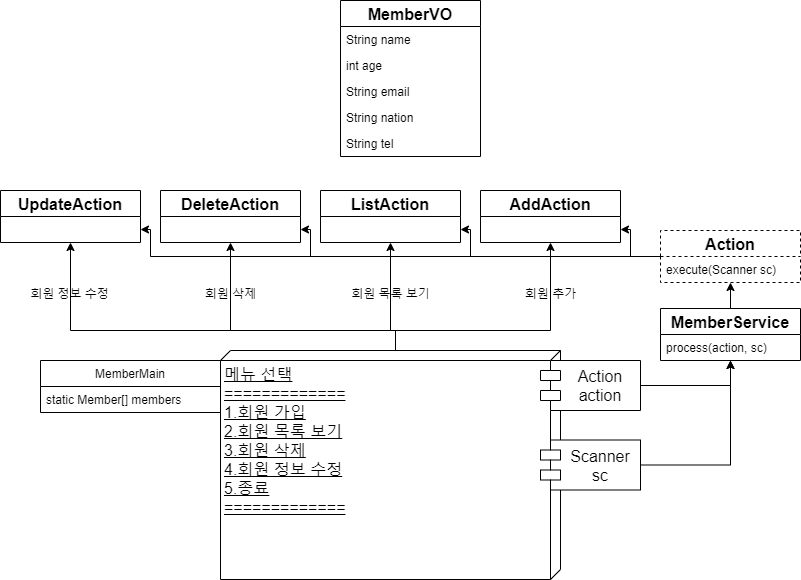
Earlier version of the draw.io export Members.png (kimhg9511/Java_Bigdata). Source tidied: cells renumbered, new cells last; positions are measured from the earlier drawing's top-left corner, leaving out a move shared by most shapes. The source it was exported from:
```xml
<mxGraphModel>
  <root>
    <mxCell id="0" />
    <mxCell id="1" parent="0" />
    <mxCell id="2" value="MemberVO" style="swimlane;fontStyle=1;horizontal=1;startSize=26;fillColor=none;fontSize=16;" parent="1" vertex="1">
      <mxGeometry x="340" width="140" height="156" as="geometry" />
    </mxCell>
    <mxCell id="3" value="String name" style="text;strokeColor=none;fillColor=none;align=left;verticalAlign=top;spacingLeft=4;spacingRight=4;overflow=hidden;" parent="2" vertex="1">
      <mxGeometry y="26" width="140" height="26" as="geometry" />
    </mxCell>
    <mxCell id="4" value="int age" style="text;strokeColor=none;fillColor=none;align=left;verticalAlign=top;spacingLeft=4;spacingRight=4;overflow=hidden;" parent="2" vertex="1">
      <mxGeometry y="52" width="140" height="26" as="geometry" />
    </mxCell>
    <mxCell id="5" value="String email" style="text;align=left;verticalAlign=top;spacingLeft=4;spacingRight=4;" parent="2" vertex="1">
      <mxGeometry y="78" width="140" height="26" as="geometry" />
    </mxCell>
    <mxCell id="6" value="String nation" style="text;align=left;verticalAlign=top;spacingLeft=4;spacingRight=4;" parent="2" vertex="1">
      <mxGeometry y="104" width="140" height="26" as="geometry" />
    </mxCell>
    <mxCell id="7" value="String tel" style="text;strokeColor=none;fillColor=none;align=left;verticalAlign=top;spacingLeft=4;spacingRight=4;overflow=hidden;" parent="2" vertex="1">
      <mxGeometry y="130" width="140" height="26" as="geometry" />
    </mxCell>
    <mxCell id="8" value="AddAction" style="swimlane;fontStyle=1;horizontal=1;startSize=26;fillColor=none;fontSize=16;" parent="1" vertex="1">
      <mxGeometry x="480" y="190" width="140" height="52" as="geometry" />
    </mxCell>
    <mxCell id="9" value="ListAction" style="swimlane;fontStyle=1;horizontal=1;startSize=26;fillColor=none;fontSize=16;" parent="1" vertex="1">
      <mxGeometry x="320" y="190" width="140" height="52" as="geometry" />
    </mxCell>
    <mxCell id="10" style="edgeStyle=orthogonalEdgeStyle;rounded=0;jettySize=auto;html=1;exitX=0;exitY=0.5;exitDx=0;exitDy=0;entryX=1;entryY=0.75;entryDx=0;entryDy=0;" parent="1" edge="1" source="14" target="9">
      <mxGeometry relative="1" as="geometry">
        <Array as="points">
          <mxPoint x="470" y="256" />
          <mxPoint x="470" y="229" />
        </Array>
      </mxGeometry>
    </mxCell>
    <mxCell id="11" style="edgeStyle=orthogonalEdgeStyle;rounded=0;jettySize=auto;html=1;exitX=0;exitY=0.5;exitDx=0;exitDy=0;entryX=1;entryY=0.75;entryDx=0;entryDy=0;" parent="1" edge="1" source="14" target="8">
      <mxGeometry relative="1" as="geometry">
        <Array as="points">
          <mxPoint x="630" y="256" />
          <mxPoint x="630" y="229" />
        </Array>
      </mxGeometry>
    </mxCell>
    <mxCell id="12" style="edgeStyle=orthogonalEdgeStyle;rounded=0;jettySize=auto;html=1;exitX=0;exitY=0.5;exitDx=0;exitDy=0;entryX=1;entryY=0.75;entryDx=0;entryDy=0;" parent="1" edge="1" source="14" target="21">
      <mxGeometry relative="1" as="geometry">
        <Array as="points">
          <mxPoint x="310" y="256" />
          <mxPoint x="310" y="229" />
        </Array>
      </mxGeometry>
    </mxCell>
    <mxCell id="13" style="edgeStyle=orthogonalEdgeStyle;rounded=0;jettySize=auto;html=1;exitX=0;exitY=0.5;exitDx=0;exitDy=0;entryX=1;entryY=0.75;entryDx=0;entryDy=0;" parent="1" edge="1" source="14" target="22">
      <mxGeometry relative="1" as="geometry">
        <Array as="points">
          <mxPoint x="150" y="256" />
          <mxPoint x="150" y="229" />
        </Array>
      </mxGeometry>
    </mxCell>
    <mxCell id="14" value="Action" style="swimlane;fontStyle=1;horizontal=1;startSize=26;fillColor=none;dashed=1;fontSize=16;" parent="1" vertex="1">
      <mxGeometry x="660" y="230" width="140" height="52" as="geometry" />
    </mxCell>
    <mxCell id="15" value="execute(Scanner sc)" style="text;strokeColor=none;fillColor=none;align=left;verticalAlign=top;spacingLeft=4;spacingRight=4;overflow=hidden;" parent="14" vertex="1">
      <mxGeometry y="26" width="140" height="26" as="geometry" />
    </mxCell>
    <mxCell id="16" style="edgeStyle=orthogonalEdgeStyle;rounded=0;jettySize=auto;html=1;exitX=0.5;exitY=0;exitDx=0;exitDy=0;entryX=0.5;entryY=1;entryDx=0;entryDy=0;fontSize=16;" parent="1" edge="1" source="17" target="14">
      <mxGeometry relative="1" as="geometry" />
    </mxCell>
    <mxCell id="17" value="MemberService" style="swimlane;fontStyle=1;horizontal=1;startSize=26;fillColor=none;fontSize=16;" parent="1" vertex="1">
      <mxGeometry x="660" y="308" width="140" height="52" as="geometry" />
    </mxCell>
    <mxCell id="18" value="process(action, sc)" style="text;strokeColor=none;fillColor=none;align=left;verticalAlign=top;spacingLeft=4;spacingRight=4;overflow=hidden;" parent="17" vertex="1">
      <mxGeometry y="26" width="140" height="26" as="geometry" />
    </mxCell>
    <mxCell id="19" value="MemberMain" style="swimlane;fontStyle=0;horizontal=1;startSize=26;fillColor=none;" parent="1" vertex="1">
      <mxGeometry x="40" y="360" width="180" height="52" as="geometry" />
    </mxCell>
    <mxCell id="20" value="static Member[] members" style="text;strokeColor=none;fillColor=none;align=left;verticalAlign=top;spacingLeft=4;spacingRight=4;overflow=hidden;points=[[0,0.5],[1,0.5]];portConstraint=eastwest;" parent="19" vertex="1">
      <mxGeometry y="26" width="180" height="26" as="geometry" />
    </mxCell>
    <mxCell id="21" value="DeleteAction" style="swimlane;fontStyle=1;horizontal=1;startSize=26;fillColor=none;fontSize=16;" parent="1" vertex="1">
      <mxGeometry x="160" y="190" width="140" height="52" as="geometry" />
    </mxCell>
    <mxCell id="22" value="UpdateAction" style="swimlane;fontStyle=1;horizontal=1;startSize=26;fillColor=none;fontSize=16;" parent="1" vertex="1">
      <mxGeometry y="190" width="140" height="52" as="geometry" />
    </mxCell>
    <mxCell id="23" style="edgeStyle=orthogonalEdgeStyle;rounded=0;jettySize=auto;html=1;exitX=0;exitY=0;exitDx=0;exitDy=165;exitPerimeter=0;entryX=0.5;entryY=1;entryDx=0;entryDy=0;" parent="1" edge="1" source="27" target="22">
      <mxGeometry relative="1" as="geometry">
        <Array as="points">
          <mxPoint x="395" y="330" />
          <mxPoint x="70" y="330" />
        </Array>
      </mxGeometry>
    </mxCell>
    <mxCell id="24" style="edgeStyle=orthogonalEdgeStyle;rounded=0;jettySize=auto;html=1;exitX=0;exitY=0;exitDx=0;exitDy=165;exitPerimeter=0;entryX=0.5;entryY=1;entryDx=0;entryDy=0;" parent="1" edge="1" source="27" target="21">
      <mxGeometry relative="1" as="geometry">
        <Array as="points">
          <mxPoint x="395" y="330" />
          <mxPoint x="230" y="330" />
        </Array>
      </mxGeometry>
    </mxCell>
    <mxCell id="25" style="edgeStyle=orthogonalEdgeStyle;rounded=0;jettySize=auto;html=1;exitX=0;exitY=0;exitDx=0;exitDy=165;exitPerimeter=0;entryX=0.5;entryY=1;entryDx=0;entryDy=0;" parent="1" edge="1" source="27" target="9">
      <mxGeometry relative="1" as="geometry">
        <Array as="points">
          <mxPoint x="395" y="330" />
          <mxPoint x="390" y="330" />
        </Array>
      </mxGeometry>
    </mxCell>
    <mxCell id="26" style="edgeStyle=orthogonalEdgeStyle;rounded=0;jettySize=auto;html=1;exitX=0;exitY=0;exitDx=0;exitDy=165;exitPerimeter=0;entryX=0.5;entryY=1;entryDx=0;entryDy=0;" parent="1" edge="1" source="27" target="8">
      <mxGeometry relative="1" as="geometry">
        <Array as="points">
          <mxPoint x="395" y="330" />
          <mxPoint x="550" y="330" />
        </Array>
      </mxGeometry>
    </mxCell>
    <mxCell id="27" value="&lt;font style=&quot;font-size: 16px&quot;&gt;메뉴 선택&lt;br&gt;=============&lt;br&gt;1.회원 가입&lt;br&gt;2.회원 목록 보기&lt;br&gt;3.회원 삭제&lt;br&gt;4.회원 정보 수정&lt;br&gt;5.종료&lt;br&gt;=============&lt;/font&gt;" style="verticalAlign=top;align=left;spacingTop=8;spacingLeft=2;spacingRight=12;shape=cube;size=10;direction=south;fontStyle=4;html=1;" parent="1" vertex="1">
      <mxGeometry x="220" y="350" width="340" height="229" as="geometry" />
    </mxCell>
    <mxCell id="28" value="회원 정보 수정" style="text;html=1;align=center;verticalAlign=middle;" parent="1" vertex="1">
      <mxGeometry x="24" y="283" width="90" height="20" as="geometry" />
    </mxCell>
    <mxCell id="29" value="회원 삭제" style="text;html=1;align=center;verticalAlign=middle;" parent="1" vertex="1">
      <mxGeometry x="195" y="283" width="70" height="20" as="geometry" />
    </mxCell>
    <mxCell id="30" value="회원 목록 보기" style="text;html=1;align=center;verticalAlign=middle;" parent="1" vertex="1">
      <mxGeometry x="345" y="283" width="90" height="20" as="geometry" />
    </mxCell>
    <mxCell id="31" value="회원 추가" style="text;html=1;align=center;verticalAlign=middle;" parent="1" vertex="1">
      <mxGeometry x="515" y="283" width="70" height="20" as="geometry" />
    </mxCell>
    <mxCell id="32" style="edgeStyle=orthogonalEdgeStyle;rounded=0;jettySize=auto;html=1;exitX=1;exitY=0.5;exitDx=0;exitDy=0;entryX=0.5;entryY=1;entryDx=0;entryDy=0;fontSize=16;" parent="1" edge="1" source="33" target="17">
      <mxGeometry relative="1" as="geometry" />
    </mxCell>
    <mxCell id="33" value="Action&#10;action" style="shape=module;align=left;spacingLeft=20;align=center;verticalAlign=top;fontSize=16;html=0;" parent="1" vertex="1">
      <mxGeometry x="540" y="360" width="100" height="50" as="geometry" />
    </mxCell>
    <mxCell id="34" style="edgeStyle=orthogonalEdgeStyle;rounded=0;jettySize=auto;html=1;exitX=1;exitY=0.5;exitDx=0;exitDy=0;entryX=0.5;entryY=1;entryDx=0;entryDy=0;fontSize=16;" parent="1" edge="1" source="35" target="17">
      <mxGeometry relative="1" as="geometry" />
    </mxCell>
    <mxCell id="35" value="Scanner&#10;sc" style="shape=module;align=left;spacingLeft=20;align=center;verticalAlign=top;fontSize=16;html=0;" parent="1" vertex="1">
      <mxGeometry x="540" y="439.5" width="100" height="50" as="geometry" />
    </mxCell>
  </root>
</mxGraphModel>
```
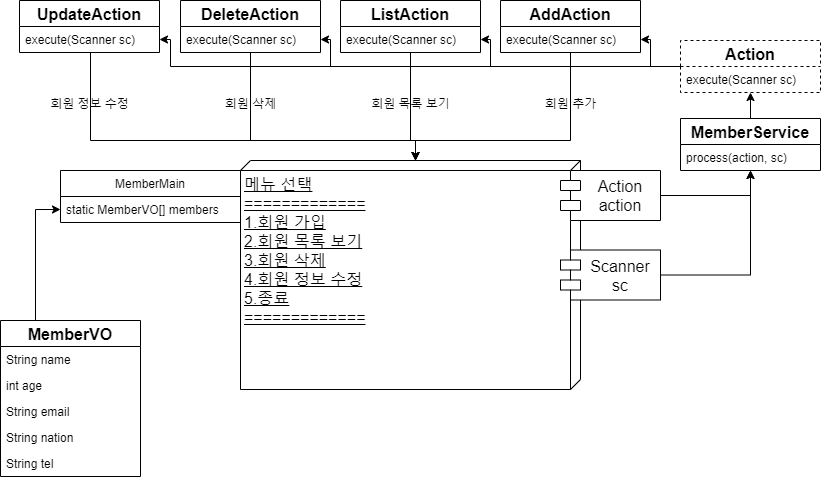
The same file after the commit.

Diff of the diagram source:
```diff
@@ -2,8 +2,11 @@
   <root>
     <mxCell id="0" />
     <mxCell id="1" parent="0" />
+    <mxCell id="36" style="edgeStyle=orthogonalEdgeStyle;rounded=0;jettySize=auto;html=1;exitX=0.25;exitY=0;exitDx=0;exitDy=0;entryX=0;entryY=0.5;entryDx=0;entryDy=0;" parent="1" edge="1" source="2" target="20">
+      <mxGeometry relative="1" as="geometry" />
+    </mxCell>
     <mxCell id="2" value="MemberVO" style="swimlane;fontStyle=1;horizontal=1;startSize=26;fillColor=none;fontSize=16;" parent="1" vertex="1">
-      <mxGeometry x="340" width="140" height="156" as="geometry" />
+      <mxGeometry x="-20" y="510" width="140" height="156" as="geometry" />
     </mxCell>
     <mxCell id="3" value="String name" style="text;strokeColor=none;fillColor=none;align=left;verticalAlign=top;spacingLeft=4;spacingRight=4;overflow=hidden;" parent="2" vertex="1">
       <mxGeometry y="26" width="140" height="26" as="geometry" />
@@ -20,12 +23,34 @@
     <mxCell id="7" value="String tel" style="text;strokeColor=none;fillColor=none;align=left;verticalAlign=top;spacingLeft=4;spacingRight=4;overflow=hidden;" parent="2" vertex="1">
       <mxGeometry y="130" width="140" height="26" as="geometry" />
     </mxCell>
+    <mxCell id="37" style="edgeStyle=orthogonalEdgeStyle;rounded=0;jettySize=auto;html=1;exitX=0.5;exitY=1;exitDx=0;exitDy=0;entryX=0;entryY=0;entryDx=0;entryDy=165;entryPerimeter=0;" parent="1" edge="1" source="8" target="27">
+      <mxGeometry relative="1" as="geometry">
+        <Array as="points">
+          <mxPoint x="550" y="330" />
+          <mxPoint x="395" y="330" />
+        </Array>
+      </mxGeometry>
+    </mxCell>
     <mxCell id="8" value="AddAction" style="swimlane;fontStyle=1;horizontal=1;startSize=26;fillColor=none;fontSize=16;" parent="1" vertex="1">
       <mxGeometry x="480" y="190" width="140" height="52" as="geometry" />
     </mxCell>
+    <mxCell id="38" value="execute(Scanner sc)" style="text;strokeColor=none;fillColor=none;align=left;verticalAlign=top;spacingLeft=4;spacingRight=4;overflow=hidden;" parent="8" vertex="1">
+      <mxGeometry y="26" width="140" height="26" as="geometry" />
+    </mxCell>
+    <mxCell id="39" style="edgeStyle=orthogonalEdgeStyle;rounded=0;jettySize=auto;html=1;exitX=0.5;exitY=1;exitDx=0;exitDy=0;entryX=0;entryY=0;entryDx=0;entryDy=165;entryPerimeter=0;" parent="1" edge="1" source="9" target="27">
+      <mxGeometry relative="1" as="geometry">
+        <Array as="points">
+          <mxPoint x="390" y="330" />
+          <mxPoint x="395" y="330" />
+        </Array>
+      </mxGeometry>
+    </mxCell>
     <mxCell id="9" value="ListAction" style="swimlane;fontStyle=1;horizontal=1;startSize=26;fillColor=none;fontSize=16;" parent="1" vertex="1">
       <mxGeometry x="320" y="190" width="140" height="52" as="geometry" />
     </mxCell>
+    <mxCell id="40" value="execute(Scanner sc)" style="text;strokeColor=none;fillColor=none;align=left;verticalAlign=top;spacingLeft=4;spacingRight=4;overflow=hidden;" parent="9" vertex="1">
+      <mxGeometry y="26" width="140" height="26" as="geometry" />
+    </mxCell>
     <mxCell id="10" style="edgeStyle=orthogonalEdgeStyle;rounded=0;jettySize=auto;html=1;exitX=0;exitY=0.5;exitDx=0;exitDy=0;entryX=1;entryY=0.75;entryDx=0;entryDy=0;" parent="1" edge="1" source="14" target="9">
       <mxGeometry relative="1" as="geometry">
         <Array as="points">
@@ -76,47 +101,37 @@
     <mxCell id="19" value="MemberMain" style="swimlane;fontStyle=0;horizontal=1;startSize=26;fillColor=none;" parent="1" vertex="1">
       <mxGeometry x="40" y="360" width="180" height="52" as="geometry" />
     </mxCell>
-    <mxCell id="20" value="static Member[] members" style="text;strokeColor=none;fillColor=none;align=left;verticalAlign=top;spacingLeft=4;spacingRight=4;overflow=hidden;points=[[0,0.5],[1,0.5]];portConstraint=eastwest;" parent="19" vertex="1">
+    <mxCell id="20" value="static MemberVO[] members" style="text;strokeColor=none;fillColor=none;align=left;verticalAlign=top;spacingLeft=4;spacingRight=4;overflow=hidden;points=[[0,0.5],[1,0.5]];portConstraint=eastwest;" parent="19" vertex="1">
       <mxGeometry y="26" width="180" height="26" as="geometry" />
     </mxCell>
+    <mxCell id="41" style="edgeStyle=orthogonalEdgeStyle;rounded=0;jettySize=auto;html=1;exitX=0.5;exitY=1;exitDx=0;exitDy=0;entryX=0;entryY=0;entryDx=0;entryDy=165;entryPerimeter=0;" parent="1" edge="1" source="21" target="27">
+      <mxGeometry relative="1" as="geometry">
+        <Array as="points">
+          <mxPoint x="230" y="330" />
+          <mxPoint x="395" y="330" />
+        </Array>
+      </mxGeometry>
+    </mxCell>
     <mxCell id="21" value="DeleteAction" style="swimlane;fontStyle=1;horizontal=1;startSize=26;fillColor=none;fontSize=16;" parent="1" vertex="1">
       <mxGeometry x="160" y="190" width="140" height="52" as="geometry" />
     </mxCell>
+    <mxCell id="42" value="execute(Scanner sc)" style="text;strokeColor=none;fillColor=none;align=left;verticalAlign=top;spacingLeft=4;spacingRight=4;overflow=hidden;" parent="21" vertex="1">
+      <mxGeometry y="26" width="140" height="26" as="geometry" />
+    </mxCell>
+    <mxCell id="43" style="edgeStyle=orthogonalEdgeStyle;rounded=0;jettySize=auto;html=1;exitX=0.5;exitY=1;exitDx=0;exitDy=0;entryX=0;entryY=0;entryDx=0;entryDy=165;entryPerimeter=0;" parent="1" edge="1" source="22" target="27">
+      <mxGeometry relative="1" as="geometry">
+        <Array as="points">
+          <mxPoint x="70" y="330" />
+          <mxPoint x="395" y="330" />
+        </Array>
+      </mxGeometry>
+    </mxCell>
-    <mxCell id="22" value="UpdateAction" style="swimlane;fontStyle=1;horizontal=1;startSize=26;fillColor=none;fontSize=16;" parent="1" vertex="1">
-      <mxGeometry y="190" width="140" height="52" as="geometry" />
+    <mxCell id="22" value="UpdateAction" style="swimlane;fontStyle=1;horizontal=1;startSize=26;fillColor=none;fontSize=16;spacingLeft=4;spacingRight=4;" parent="1" vertex="1">
+      <mxGeometry x="-1" y="190" width="140" height="52" as="geometry" />
     </mxCell>
-    <mxCell id="23" style="edgeStyle=orthogonalEdgeStyle;rounded=0;jettySize=auto;html=1;exitX=0;exitY=0;exitDx=0;exitDy=165;exitPerimeter=0;entryX=0.5;entryY=1;entryDx=0;entryDy=0;" parent="1" edge="1" source="27" target="22">
-      <mxGeometry relative="1" as="geometry">
-        <Array as="points">
-          <mxPoint x="395" y="330" />
-          <mxPoint x="70" y="330" />
-        </Array>
-      </mxGeometry>
-    </mxCell>
-    <mxCell id="24" style="edgeStyle=orthogonalEdgeStyle;rounded=0;jettySize=auto;html=1;exitX=0;exitY=0;exitDx=0;exitDy=165;exitPerimeter=0;entryX=0.5;entryY=1;entryDx=0;entryDy=0;" parent="1" edge="1" source="27" target="21">
-      <mxGeometry relative="1" as="geometry">
-        <Array as="points">
-          <mxPoint x="395" y="330" />
-          <mxPoint x="230" y="330" />
-        </Array>
-      </mxGeometry>
-    </mxCell>
-    <mxCell id="25" style="edgeStyle=orthogonalEdgeStyle;rounded=0;jettySize=auto;html=1;exitX=0;exitY=0;exitDx=0;exitDy=165;exitPerimeter=0;entryX=0.5;entryY=1;entryDx=0;entryDy=0;" parent="1" edge="1" source="27" target="9">
-      <mxGeometry relative="1" as="geometry">
-        <Array as="points">
-          <mxPoint x="395" y="330" />
-          <mxPoint x="390" y="330" />
-        </Array>
-      </mxGeometry>
-    </mxCell>
-    <mxCell id="26" style="edgeStyle=orthogonalEdgeStyle;rounded=0;jettySize=auto;html=1;exitX=0;exitY=0;exitDx=0;exitDy=165;exitPerimeter=0;entryX=0.5;entryY=1;entryDx=0;entryDy=0;" parent="1" edge="1" source="27" target="8">
-      <mxGeometry relative="1" as="geometry">
-        <Array as="points">
-          <mxPoint x="395" y="330" />
-          <mxPoint x="550" y="330" />
-        </Array>
-      </mxGeometry>
-    </mxCell>
+    <mxCell id="44" value="execute(Scanner sc)" style="text;strokeColor=none;fillColor=none;align=left;verticalAlign=top;spacingLeft=4;spacingRight=4;overflow=hidden;" parent="22" vertex="1">
+      <mxGeometry y="26" width="140" height="26" as="geometry" />
+    </mxCell>
     <mxCell id="27" value="&lt;font style=&quot;font-size: 16px&quot;&gt;메뉴 선택&lt;br&gt;=============&lt;br&gt;1.회원 가입&lt;br&gt;2.회원 목록 보기&lt;br&gt;3.회원 삭제&lt;br&gt;4.회원 정보 수정&lt;br&gt;5.종료&lt;br&gt;=============&lt;/font&gt;" style="verticalAlign=top;align=left;spacingTop=8;spacingLeft=2;spacingRight=12;shape=cube;size=10;direction=south;fontStyle=4;html=1;" parent="1" vertex="1">
       <mxGeometry x="220" y="350" width="340" height="229" as="geometry" />
     </mxCell>
```
